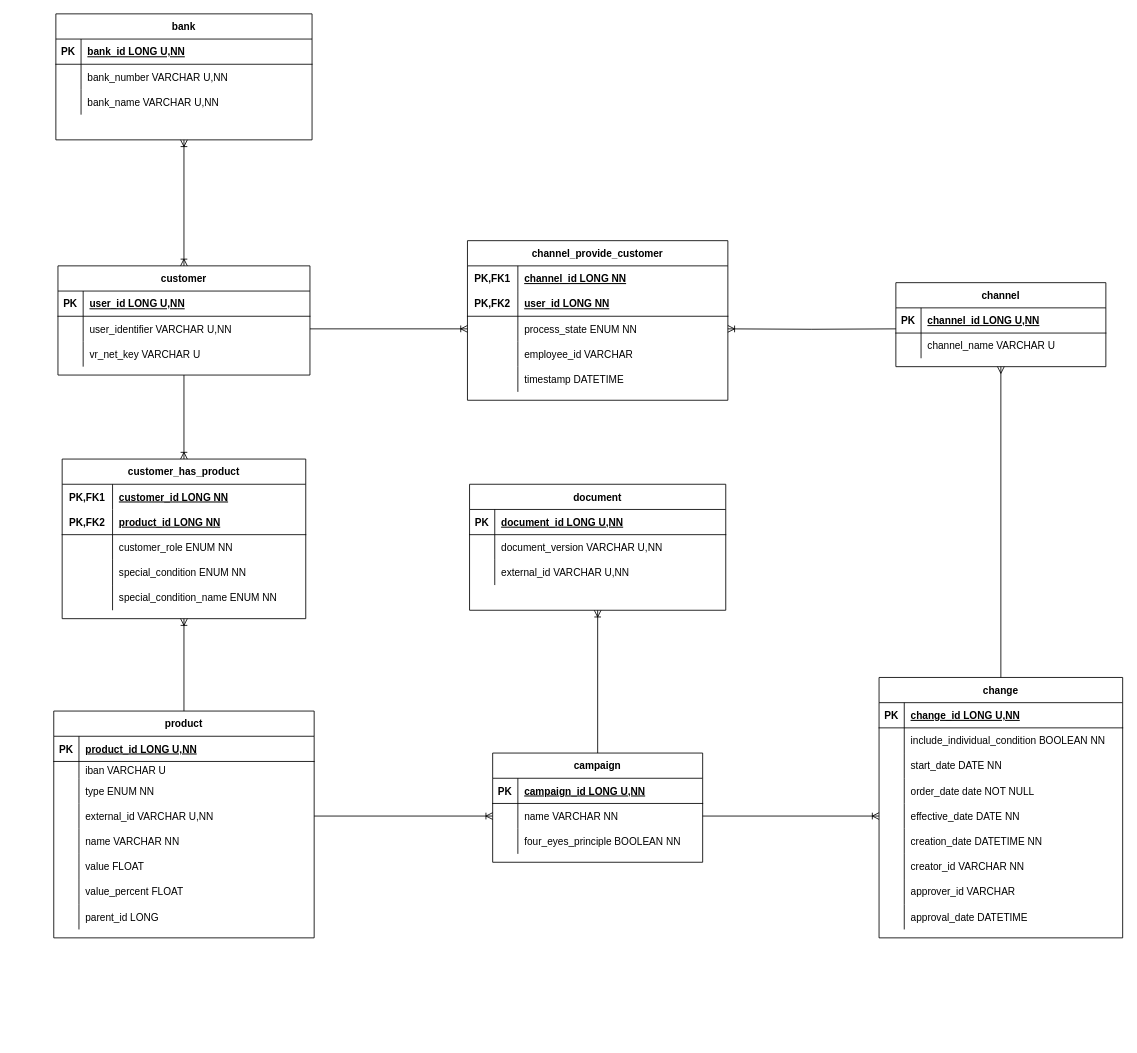
The draw.io diagram er_diagram_brainstorm.drawio in stargazer74/diagramme, before the edit. Source tidied: cells renumbered, new cells numbered last; positions are measured from the earlier drawing's top-left corner, leaving out a move shared by most shapes. Both pictures are drawn from the tidied source at 84%, with x=0, y=0 at pixel (54, 13).
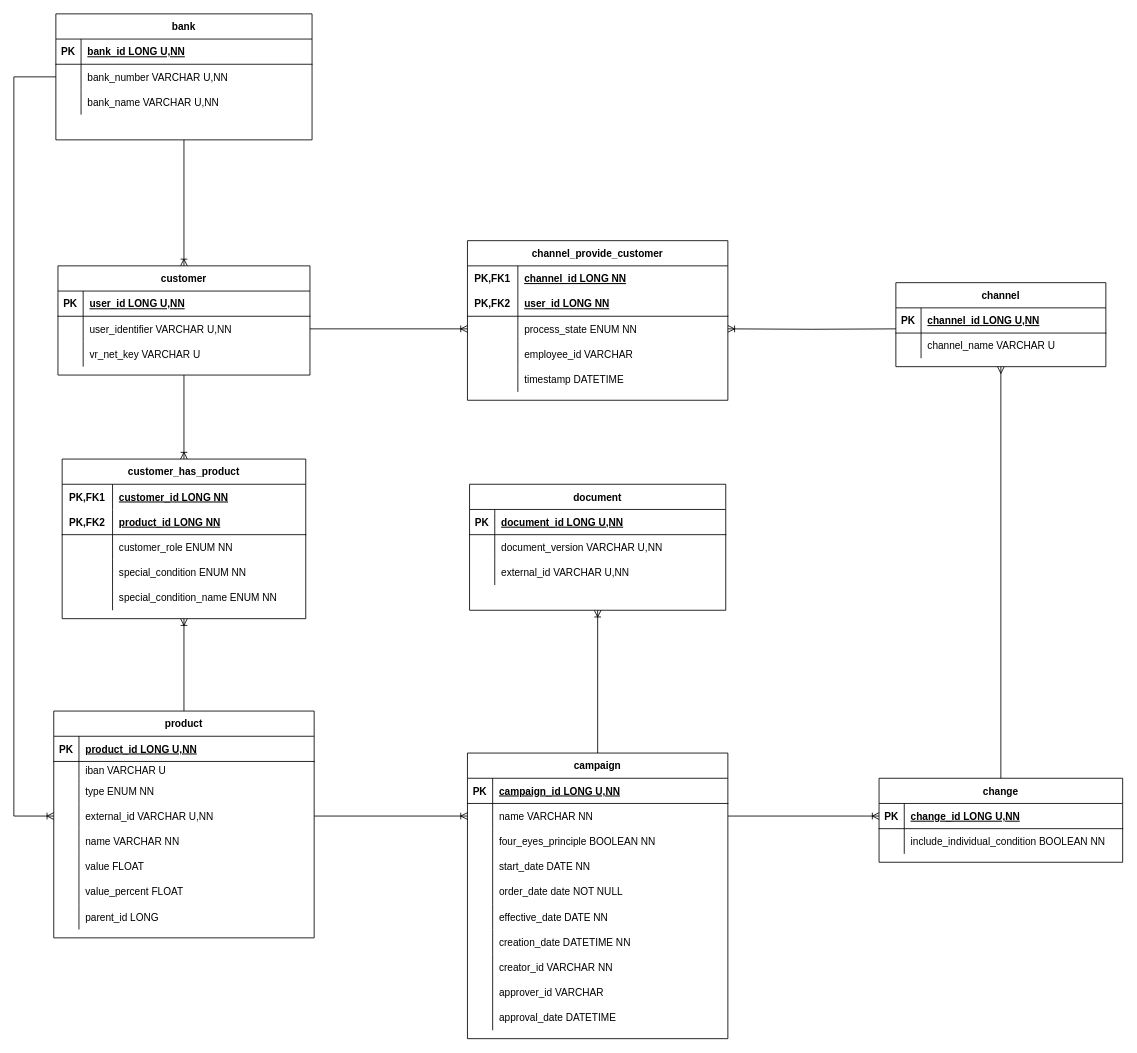
The same page after the edit.

The change refers to these unchanged cells:
```xml
<mxCell id="3" style="shape=partialRectangle;fillColor=none;points=[[0,0.5],[1,0.5]];portConstraint=eastwest;top=0;left=0;right=0;bottom=1;" parent="2" vertex="1">
  <mxGeometry y="30" width="290" height="30" as="geometry" />
</mxCell>
<mxCell id="40" style="shape=partialRectangle;fillColor=none;points=[[0,0.5],[1,0.5]];portConstraint=eastwest;top=0;left=0;right=0;bottom=0;" parent="30" vertex="1">
  <mxGeometry y="110" width="310" height="30" as="geometry" />
</mxCell>
<mxCell id="55" value="bank" style="shape=table;startSize=30;childLayout=tableLayout;rowLines=0;fontStyle=1;align=center;" parent="1" vertex="1">
  <mxGeometry x="2" width="305" height="150" as="geometry" />
</mxCell>
<mxCell id="59" style="shape=partialRectangle;fillColor=none;points=[[0,0.5],[1,0.5]];portConstraint=eastwest;top=0;left=0;right=0;bottom=0;" parent="55" vertex="1">
  <mxGeometry y="60" width="305" height="30" as="geometry" />
</mxCell>
<mxCell id="65" value="customer" style="shape=table;startSize=30;childLayout=tableLayout;rowLines=0;fontStyle=1;align=center;" parent="1" vertex="1">
  <mxGeometry x="4.5" y="300" width="300" height="130" as="geometry" />
</mxCell>
```

Change to the diagram source:
```diff
@@
     <mxCell id="2" value="change" style="shape=table;startSize=30;childLayout=tableLayout;rowLines=0;fontStyle=1;align=center;" parent="1" vertex="1">
-      <mxGeometry x="982" y="790" width="290" height="310" as="geometry" />
+      <mxGeometry x="982" y="910" width="290" height="100" as="geometry" />
     </mxCell>
@@
-    <mxCell id="9" style="shape=partialRectangle;fillColor=none;top=0;left=0;right=0;bottom=0;" parent="2" vertex="1">
-      <mxGeometry y="90" width="290" height="30" as="geometry" />
-    </mxCell>
-    <mxCell id="10" style="shape=partialRectangle;overflow=hidden;fillColor=none;top=0;left=0;bottom=0;right=0;" parent="9" vertex="1">
-      <mxGeometry width="30" height="30" as="geometry" />
-    </mxCell>
-    <mxCell id="11" value="start_date DATE NN" style="shape=partialRectangle;overflow=hidden;fillColor=none;top=0;left=0;bottom=0;right=0;align=left;spacingLeft=6;" parent="9" vertex="1">
-      <mxGeometry x="30" width="260" height="30" as="geometry" />
-    </mxCell>
-    <mxCell id="12" style="shape=partialRectangle;fillColor=none;top=0;left=0;right=0;bottom=0;" parent="2" vertex="1">
-      <mxGeometry y="120" width="290" height="30" as="geometry" />
-    </mxCell>
-    <mxCell id="13" style="shape=partialRectangle;overflow=hidden;fillColor=none;top=0;left=0;bottom=0;right=0;" parent="12" vertex="1">
-      <mxGeometry width="30" height="30" as="geometry" />
-    </mxCell>
-    <mxCell id="14" value="order_date date NOT NULL" style="shape=partialRectangle;overflow=hidden;fillColor=none;top=0;left=0;bottom=0;right=0;align=left;spacingLeft=6;" parent="12" vertex="1">
-      <mxGeometry x="30" width="260" height="30" as="geometry" />
-    </mxCell>
-    <mxCell id="15" style="shape=partialRectangle;fillColor=none;points=[[0,0.5],[1,0.5]];portConstraint=eastwest;top=0;left=0;right=0;bottom=0;" parent="2" vertex="1">
-      <mxGeometry y="150" width="290" height="30" as="geometry" />
-    </mxCell>
-    <mxCell id="16" style="shape=partialRectangle;overflow=hidden;fillColor=none;top=0;left=0;bottom=0;right=0;" parent="15" vertex="1">
-      <mxGeometry width="30" height="30" as="geometry" />
-    </mxCell>
-    <mxCell id="17" value="effective_date DATE NN" style="shape=partialRectangle;overflow=hidden;fillColor=none;top=0;left=0;bottom=0;right=0;align=left;spacingLeft=6;" parent="15" vertex="1">
-      <mxGeometry x="30" width="260" height="30" as="geometry" />
-    </mxCell>
-    <mxCell id="18" style="shape=partialRectangle;fillColor=none;top=0;left=0;right=0;bottom=0;" parent="2" vertex="1">
-      <mxGeometry y="180" width="290" height="30" as="geometry" />
-    </mxCell>
-    <mxCell id="19" style="shape=partialRectangle;overflow=hidden;fillColor=none;top=0;left=0;bottom=0;right=0;" parent="18" vertex="1">
-      <mxGeometry width="30" height="30" as="geometry" />
-    </mxCell>
-    <mxCell id="20" value="creation_date DATETIME NN" style="shape=partialRectangle;overflow=hidden;fillColor=none;top=0;left=0;bottom=0;right=0;align=left;spacingLeft=6;" parent="18" vertex="1">
-      <mxGeometry x="30" width="260" height="30" as="geometry" />
-    </mxCell>
-    <mxCell id="21" style="shape=partialRectangle;fillColor=none;top=0;left=0;right=0;bottom=0;" parent="2" vertex="1">
-      <mxGeometry y="210" width="290" height="30" as="geometry" />
-    </mxCell>
-    <mxCell id="22" style="shape=partialRectangle;overflow=hidden;fillColor=none;top=0;left=0;bottom=0;right=0;" parent="21" vertex="1">
-      <mxGeometry width="30" height="30" as="geometry" />
-    </mxCell>
-    <mxCell id="23" value="creator_id VARCHAR NN" style="shape=partialRectangle;overflow=hidden;fillColor=none;top=0;left=0;bottom=0;right=0;align=left;spacingLeft=6;" parent="21" vertex="1">
-      <mxGeometry x="30" width="260" height="30" as="geometry" />
-    </mxCell>
-    <mxCell id="24" style="shape=partialRectangle;fillColor=none;top=0;left=0;right=0;bottom=0;" parent="2" vertex="1">
-      <mxGeometry y="240" width="290" height="30" as="geometry" />
-    </mxCell>
-    <mxCell id="25" style="shape=partialRectangle;overflow=hidden;fillColor=none;top=0;left=0;bottom=0;right=0;" parent="24" vertex="1">
-      <mxGeometry width="30" height="30" as="geometry" />
-    </mxCell>
-    <mxCell id="26" value="approver_id VARCHAR" style="shape=partialRectangle;overflow=hidden;fillColor=none;top=0;left=0;bottom=0;right=0;align=left;spacingLeft=6;" parent="24" vertex="1">
-      <mxGeometry x="30" width="260" height="30" as="geometry" />
-    </mxCell>
-    <mxCell id="27" style="shape=partialRectangle;fillColor=none;top=0;left=0;right=0;bottom=0;" parent="2" vertex="1">
-      <mxGeometry y="270" width="290" height="30" as="geometry" />
-    </mxCell>
-    <mxCell id="28" style="shape=partialRectangle;overflow=hidden;fillColor=none;top=0;left=0;bottom=0;right=0;" parent="27" vertex="1">
-      <mxGeometry width="30" height="30" as="geometry" />
-    </mxCell>
-    <mxCell id="29" value="approval_date DATETIME" style="shape=partialRectangle;overflow=hidden;fillColor=none;top=0;left=0;bottom=0;right=0;align=left;spacingLeft=6;" parent="27" vertex="1">
-      <mxGeometry x="30" width="260" height="30" as="geometry" />
-    </mxCell>
@@
     <mxCell id="124" value="campaign" style="shape=table;startSize=30;childLayout=tableLayout;rowLines=0;fontStyle=1;align=center;" parent="1" vertex="1">
-      <mxGeometry x="522" y="880" width="250" height="130" as="geometry" />
+      <mxGeometry x="492" y="880" width="310" height="340" as="geometry" />
     </mxCell>
     <mxCell id="125" style="shape=tableRow;horizontal=0;startSize=0;swimlaneHead=0;swimlaneBody=0;fillColor=none;top=0;left=0;right=0;bottom=1;" parent="124" vertex="1">
-      <mxGeometry y="30" width="250" height="30" as="geometry" />
+      <mxGeometry y="30" width="310" height="30" as="geometry" />
     </mxCell>
@@
     <mxCell id="127" value="campaign_id LONG U,NN" style="shape=partialRectangle;fillColor=none;top=0;left=0;bottom=0;right=0;align=left;spacingLeft=6;fontStyle=5;overflow=hidden;" parent="125" vertex="1">
-      <mxGeometry x="30" width="220" height="30" as="geometry" />
+      <mxGeometry x="30" width="280" height="30" as="geometry" />
     </mxCell>
     <mxCell id="128" style="shape=tableRow;horizontal=0;startSize=0;swimlaneHead=0;swimlaneBody=0;fillColor=none;points=[[0,0.5],[1,0.5]];portConstraint=eastwest;top=0;left=0;right=0;bottom=0;" parent="124" vertex="1">
-      <mxGeometry y="60" width="250" height="30" as="geometry" />
+      <mxGeometry y="60" width="310" height="30" as="geometry" />
     </mxCell>
@@
     <mxCell id="130" value="name VARCHAR NN" style="shape=partialRectangle;fillColor=none;top=0;left=0;bottom=0;right=0;align=left;spacingLeft=6;overflow=hidden;" parent="128" vertex="1">
-      <mxGeometry x="30" width="220" height="30" as="geometry" />
+      <mxGeometry x="30" width="280" height="30" as="geometry" />
     </mxCell>
     <mxCell id="131" style="shape=tableRow;horizontal=0;startSize=0;swimlaneHead=0;swimlaneBody=0;fillColor=none;top=0;left=0;right=0;bottom=0;" parent="124" vertex="1">
-      <mxGeometry y="90" width="250" height="30" as="geometry" />
+      <mxGeometry y="90" width="310" height="30" as="geometry" />
     </mxCell>
@@
     <mxCell id="133" value="four_eyes_principle BOOLEAN NN" style="shape=partialRectangle;fillColor=none;top=0;left=0;bottom=0;right=0;align=left;spacingLeft=6;overflow=hidden;" parent="131" vertex="1">
-      <mxGeometry x="30" width="220" height="30" as="geometry" />
+      <mxGeometry x="30" width="280" height="30" as="geometry" />
     </mxCell>
-    <mxCell id="134" style="fontSize=12;html=1;endArrow=ERoneToMany;startArrow=ERoneToMany;rounded=0;entryX=0.5;entryY=1;entryDx=0;entryDy=0;exitX=0.5;exitY=0;exitDx=0;exitDy=0;" parent="1" edge="1" source="65" target="55">
-      <mxGeometry relative="1" as="geometry" />
-    </mxCell>
+    <mxCell id="143" style="shape=tableRow;horizontal=0;startSize=0;swimlaneHead=0;swimlaneBody=0;fillColor=none;top=0;left=0;right=0;bottom=0;" parent="124" vertex="1">
+      <mxGeometry y="120" width="310" height="30" as="geometry" />
+    </mxCell>
+    <mxCell id="144" style="shape=partialRectangle;fillColor=none;top=0;left=0;bottom=0;right=0;overflow=hidden;" parent="143" vertex="1">
+      <mxGeometry width="30" height="30" as="geometry" />
+    </mxCell>
+    <mxCell id="11" value="start_date DATE NN" style="shape=partialRectangle;fillColor=none;top=0;left=0;bottom=0;right=0;align=left;spacingLeft=6;overflow=hidden;" parent="143" vertex="1">
+      <mxGeometry x="30" width="280" height="30" as="geometry" />
+    </mxCell>
+    <mxCell id="145" style="shape=tableRow;horizontal=0;startSize=0;swimlaneHead=0;swimlaneBody=0;fillColor=none;top=0;left=0;right=0;bottom=0;" parent="124" vertex="1">
+      <mxGeometry y="150" width="310" height="30" as="geometry" />
+    </mxCell>
+    <mxCell id="146" style="shape=partialRectangle;fillColor=none;top=0;left=0;bottom=0;right=0;overflow=hidden;" parent="145" vertex="1">
+      <mxGeometry width="30" height="30" as="geometry" />
+    </mxCell>
+    <mxCell id="14" value="order_date date NOT NULL" style="shape=partialRectangle;fillColor=none;top=0;left=0;bottom=0;right=0;align=left;spacingLeft=6;overflow=hidden;" parent="145" vertex="1">
+      <mxGeometry x="30" width="280" height="30" as="geometry" />
+    </mxCell>
+    <mxCell id="147" style="shape=tableRow;horizontal=0;startSize=0;swimlaneHead=0;swimlaneBody=0;fillColor=none;top=0;left=0;right=0;bottom=0;" parent="124" vertex="1">
+      <mxGeometry y="180" width="310" height="30" as="geometry" />
+    </mxCell>
+    <mxCell id="148" style="shape=partialRectangle;fillColor=none;top=0;left=0;bottom=0;right=0;overflow=hidden;" parent="147" vertex="1">
+      <mxGeometry width="30" height="30" as="geometry" />
+    </mxCell>
+    <mxCell id="17" value="effective_date DATE NN" style="shape=partialRectangle;fillColor=none;top=0;left=0;bottom=0;right=0;align=left;spacingLeft=6;overflow=hidden;" parent="147" vertex="1">
+      <mxGeometry x="30" width="280" height="30" as="geometry" />
+    </mxCell>
+    <mxCell id="149" style="shape=tableRow;horizontal=0;startSize=0;swimlaneHead=0;swimlaneBody=0;fillColor=none;top=0;left=0;right=0;bottom=0;" parent="124" vertex="1">
+      <mxGeometry y="210" width="310" height="30" as="geometry" />
+    </mxCell>
+    <mxCell id="150" style="shape=partialRectangle;fillColor=none;top=0;left=0;bottom=0;right=0;overflow=hidden;" parent="149" vertex="1">
+      <mxGeometry width="30" height="30" as="geometry" />
+    </mxCell>
+    <mxCell id="20" value="creation_date DATETIME NN" style="shape=partialRectangle;fillColor=none;top=0;left=0;bottom=0;right=0;align=left;spacingLeft=6;overflow=hidden;" parent="149" vertex="1">
+      <mxGeometry x="30" width="280" height="30" as="geometry" />
+    </mxCell>
+    <mxCell id="151" style="shape=tableRow;horizontal=0;startSize=0;swimlaneHead=0;swimlaneBody=0;fillColor=none;top=0;left=0;right=0;bottom=0;" parent="124" vertex="1">
+      <mxGeometry y="240" width="310" height="30" as="geometry" />
+    </mxCell>
+    <mxCell id="152" style="shape=partialRectangle;fillColor=none;top=0;left=0;bottom=0;right=0;overflow=hidden;" parent="151" vertex="1">
+      <mxGeometry width="30" height="30" as="geometry" />
+    </mxCell>
+    <mxCell id="23" value="creator_id VARCHAR NN" style="shape=partialRectangle;fillColor=none;top=0;left=0;bottom=0;right=0;align=left;spacingLeft=6;overflow=hidden;" parent="151" vertex="1">
+      <mxGeometry x="30" width="280" height="30" as="geometry" />
+    </mxCell>
+    <mxCell id="153" style="shape=tableRow;horizontal=0;startSize=0;swimlaneHead=0;swimlaneBody=0;fillColor=none;top=0;left=0;right=0;bottom=0;" parent="124" vertex="1">
+      <mxGeometry y="270" width="310" height="30" as="geometry" />
+    </mxCell>
+    <mxCell id="154" style="shape=partialRectangle;fillColor=none;top=0;left=0;bottom=0;right=0;overflow=hidden;" parent="153" vertex="1">
+      <mxGeometry width="30" height="30" as="geometry" />
+    </mxCell>
+    <mxCell id="26" value="approver_id VARCHAR" style="shape=partialRectangle;fillColor=none;top=0;left=0;bottom=0;right=0;align=left;spacingLeft=6;overflow=hidden;" parent="153" vertex="1">
+      <mxGeometry x="30" width="280" height="30" as="geometry" />
+    </mxCell>
+    <mxCell id="155" style="shape=tableRow;horizontal=0;startSize=0;swimlaneHead=0;swimlaneBody=0;fillColor=none;top=0;left=0;right=0;bottom=0;" parent="124" vertex="1">
+      <mxGeometry y="300" width="310" height="30" as="geometry" />
+    </mxCell>
+    <mxCell id="156" style="shape=partialRectangle;fillColor=none;top=0;left=0;bottom=0;right=0;overflow=hidden;" parent="155" vertex="1">
+      <mxGeometry width="30" height="30" as="geometry" />
+    </mxCell>
+    <mxCell id="29" value="approval_date DATETIME" style="shape=partialRectangle;fillColor=none;top=0;left=0;bottom=0;right=0;align=left;spacingLeft=6;overflow=hidden;" parent="155" vertex="1">
+      <mxGeometry x="30" width="280" height="30" as="geometry" />
+    </mxCell>
@@
-    <mxCell id="138" style="edgeStyle=orthogonalEdgeStyle;fontSize=12;html=1;endArrow=ERoneToMany;rounded=0;exitX=1;exitY=0.5;exitDx=0;exitDy=0;entryX=0;entryY=0.5;entryDx=0;entryDy=0;" parent="1" edge="1" source="128" target="15">
+    <mxCell id="138" style="edgeStyle=orthogonalEdgeStyle;fontSize=12;html=1;endArrow=ERoneToMany;rounded=0;exitX=1;exitY=0.5;exitDx=0;exitDy=0;entryX=0;entryY=0.5;entryDx=0;entryDy=0;" parent="1" edge="1" source="128" target="3">
       <mxGeometry relative="1" as="geometry" />
     </mxCell>
@@
+    <mxCell id="157" style="edgeStyle=orthogonalEdgeStyle;fontSize=12;html=1;endArrow=ERoneToMany;rounded=0;exitX=0.5;exitY=1;exitDx=0;exitDy=0;entryX=0.5;entryY=0;entryDx=0;entryDy=0;" parent="1" edge="1" source="55" target="65">
+      <mxGeometry relative="1" as="geometry" />
+    </mxCell>
+    <mxCell id="158" style="edgeStyle=elbowEdgeStyle;fontSize=12;html=1;endArrow=ERoneToMany;rounded=0;entryX=0;entryY=0.5;entryDx=0;entryDy=0;exitX=0;exitY=0.5;exitDx=0;exitDy=0;" parent="1" edge="1" source="59" target="40">
+      <mxGeometry relative="1" as="geometry">
+        <Array as="points">
+          <mxPoint x="-48" y="510" />
+          <mxPoint x="-88" y="520" />
+        </Array>
+      </mxGeometry>
+    </mxCell>
```
